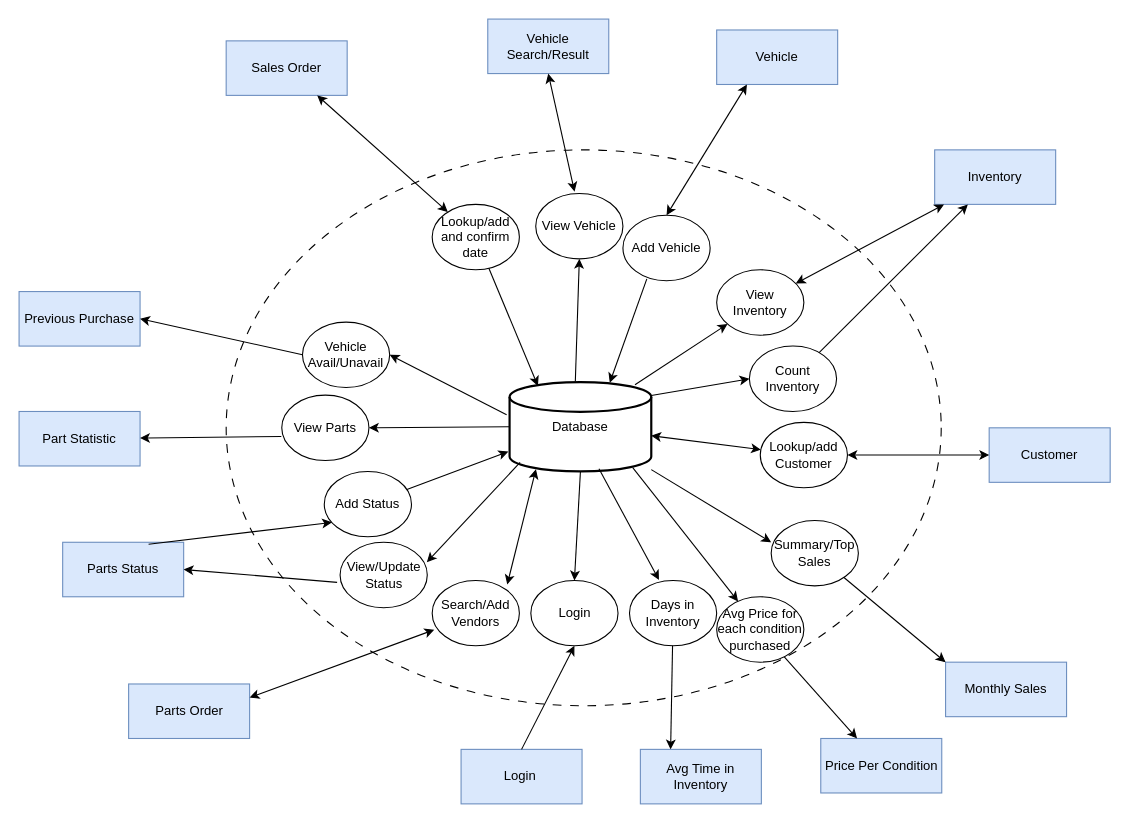
dav1dwd/CS6400 keeps this draw.io diagram as phase1IFD.drawio. Above is the earlier version. Source tidied: cells renumbered, new cells numbered last; positions are measured from the earlier drawing's top-left corner, leaving out a move shared by most shapes. Both pictures are drawn from the tidied source at 109%, with x=0, y=0 at pixel (19, 19).
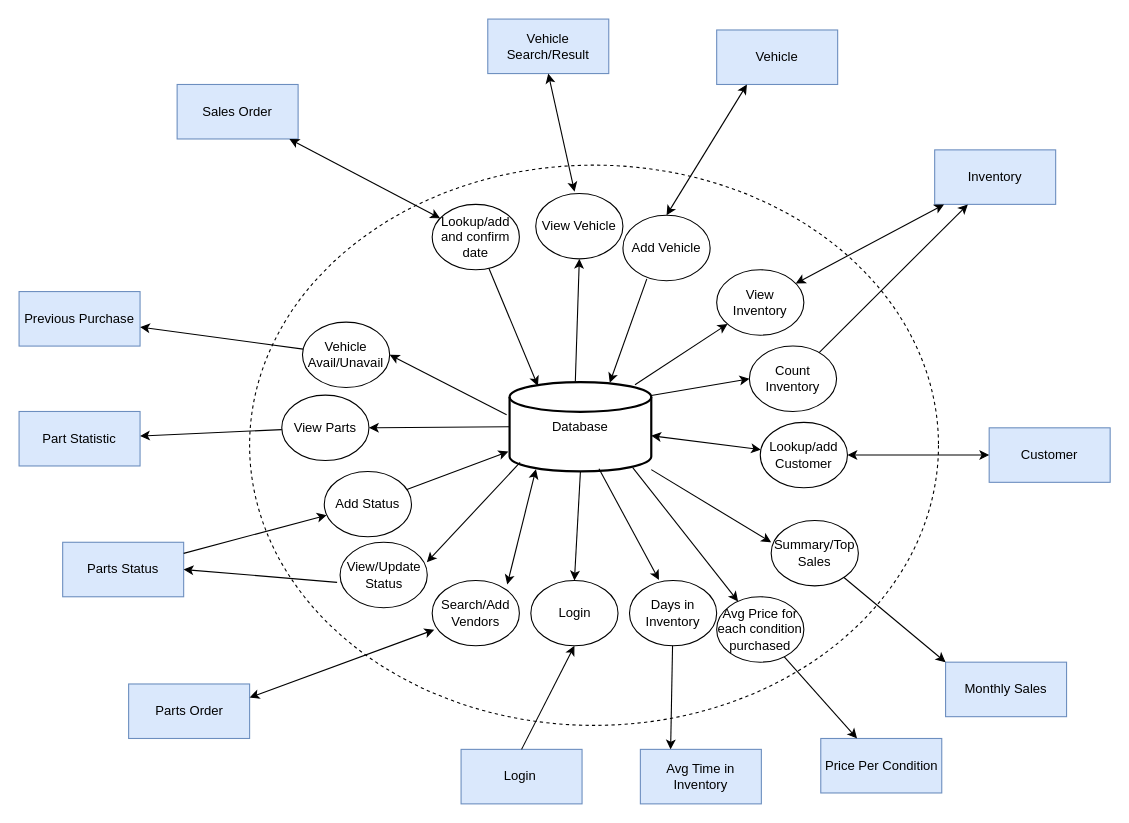
Above is the later version.

Unchanged cells that the change refers to:
```xml
<mxCell id="8" value="Add Status" style="ellipse;whiteSpace=wrap;html=1;" parent="1" vertex="1">
  <mxGeometry x="280" y="415" width="80" height="60" as="geometry" />
</mxCell>
<mxCell id="14" value="Parts Status" style="rounded=0;whiteSpace=wrap;html=1;fillColor=#dae8fc;strokeColor=#6c8ebf;" parent="1" vertex="1">
  <mxGeometry x="40" y="480" width="111" height="50" as="geometry" />
</mxCell>
<mxCell id="19" value="Part Statistic" style="rounded=0;whiteSpace=wrap;html=1;fillColor=#dae8fc;strokeColor=#6c8ebf;" parent="1" vertex="1">
  <mxGeometry y="360" width="111" height="50" as="geometry" />
</mxCell>
<mxCell id="20" value="View Parts" style="ellipse;whiteSpace=wrap;html=1;" parent="1" vertex="1">
  <mxGeometry x="241" y="345" width="80" height="60" as="geometry" />
</mxCell>
<mxCell id="21" value="Previous Purchase" style="rounded=0;whiteSpace=wrap;html=1;fillColor=#dae8fc;strokeColor=#6c8ebf;" parent="1" vertex="1">
  <mxGeometry y="250" width="111" height="50" as="geometry" />
</mxCell>
<mxCell id="22" value="Vehicle Avail/Unavail" style="ellipse;whiteSpace=wrap;html=1;" parent="1" vertex="1">
  <mxGeometry x="260" y="278" width="80" height="60" as="geometry" />
</mxCell>
```

What changed in the source:
```diff
@@
     <mxCell id="15" value="Sales Order" style="rounded=0;whiteSpace=wrap;html=1;fillColor=#dae8fc;strokeColor=#6c8ebf;" parent="1" vertex="1">
-      <mxGeometry x="190" y="20" width="111" height="50" as="geometry" />
+      <mxGeometry x="145" y="60" width="111" height="50" as="geometry" />
     </mxCell>
@@
-    <mxCell id="41" style="endArrow=classic;html=1;rounded=0;entryX=0.088;entryY=0.779;entryDx=0;entryDy=0;entryPerimeter=0;exitX=0.71;exitY=0.035;exitDx=0;exitDy=0;exitPerimeter=0;" parent="1" edge="1" source="14" target="8">
+    <mxCell id="41" style="endArrow=classic;html=1;rounded=0;" parent="1" edge="1" source="14" target="8">
       <mxGeometry relative="1" as="geometry" />
     </mxCell>
@@
-    <mxCell id="44" style="endArrow=classic;html=1;rounded=0;exitX=-0.005;exitY=0.632;exitDx=0;exitDy=0;exitPerimeter=0;" parent="1" edge="1" source="20" target="19">
+    <mxCell id="44" style="endArrow=classic;html=1;rounded=0;" parent="1" edge="1" source="20" target="19">
       <mxGeometry relative="1" as="geometry" />
     </mxCell>
@@
-    <mxCell id="47" style="endArrow=classic;html=1;rounded=0;entryX=1;entryY=0.5;entryDx=0;entryDy=0;exitX=0;exitY=0.5;exitDx=0;exitDy=0;" parent="1" edge="1" source="22" target="21">
+    <mxCell id="47" style="endArrow=classic;html=1;rounded=0;" parent="1" edge="1" source="22" target="21">
       <mxGeometry relative="1" as="geometry" />
     </mxCell>
@@
-    <mxCell id="61" style="ellipse;whiteSpace=wrap;html=1;fillColor=none;dashed=1;dashPattern=8 8;" parent="1" vertex="1">
-      <mxGeometry x="190" y="120" width="656" height="510" as="geometry" />
-    </mxCell>
+    <mxCell id="62" style="ellipse;whiteSpace=wrap;html=1;fillColor=none;dashed=1;" parent="1" vertex="1">
+      <mxGeometry x="211.5" y="134" width="632" height="514" as="geometry" />
+    </mxCell>
```
